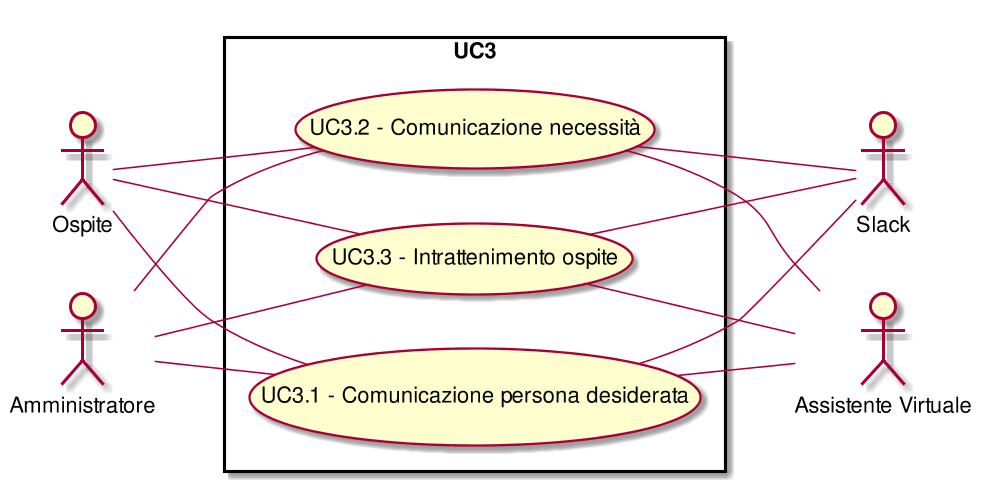
This is RR/Esterni/AnalisiDeiRequisiti/images/UseCaseUC3.png from CoCodeSWE/Docs, a PlantUML export, as it was before one commit.
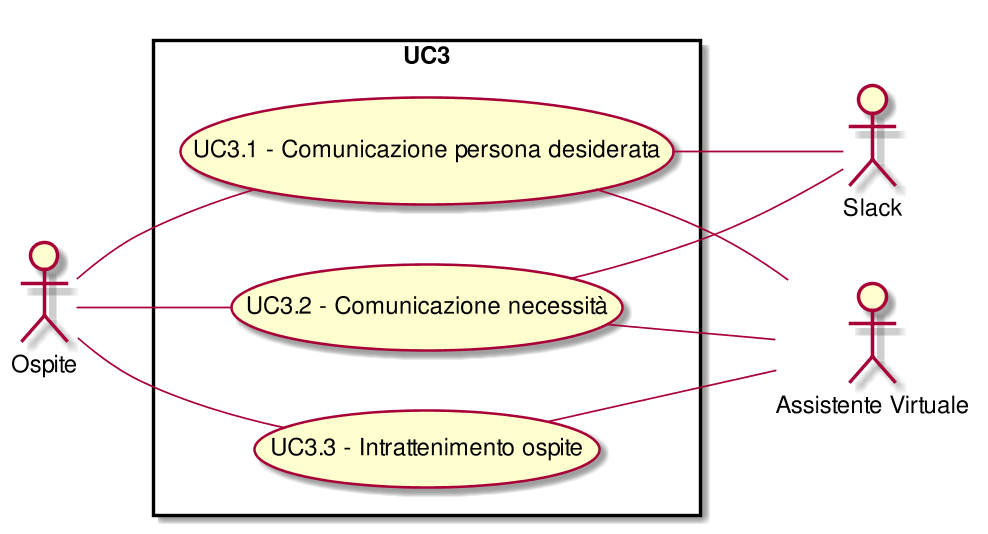
Above is the later version.

The edit, as a diff of the source:
```diff
@@ -4,7 +4,6 @@
 skinparam packageStyle rect
 :Ospite:
 :Slack:
-:Amministratore:
 :Assistente Virtuale:
 rectangle UC3{
 ( UC3.1 - Comunicazione persona desiderata ) as (UC3.1)
@@ -12,24 +11,16 @@
 ( UC3.1 - Comunicazione persona desiderata ) as (UC3.1)
 (UC3.1)--:Slack:
 ( UC3.1 - Comunicazione persona desiderata ) as (UC3.1)
-:Amministratore:--(UC3.1)
-( UC3.1 - Comunicazione persona desiderata ) as (UC3.1)
 (UC3.1)--:Assistente Virtuale:
 ( UC3.2 - Comunicazione necessità ) as (UC3.2)
 :Ospite:--(UC3.2)
 ( UC3.2 - Comunicazione necessità ) as (UC3.2)
 (UC3.2)--:Slack:
 ( UC3.2 - Comunicazione necessità ) as (UC3.2)
-:Amministratore:--(UC3.2)
-( UC3.2 - Comunicazione necessità ) as (UC3.2)
 (UC3.2)--:Assistente Virtuale:
 ( UC3.3 - Intrattenimento ospite ) as (UC3.3)
 :Ospite:--(UC3.3)
 ( UC3.3 - Intrattenimento ospite ) as (UC3.3)
-(UC3.3)--:Slack:
-( UC3.3 - Intrattenimento ospite ) as (UC3.3)
-:Amministratore:--(UC3.3)
-( UC3.3 - Intrattenimento ospite ) as (UC3.3)
 (UC3.3)--:Assistente Virtuale:
 }
 @enduml
```
